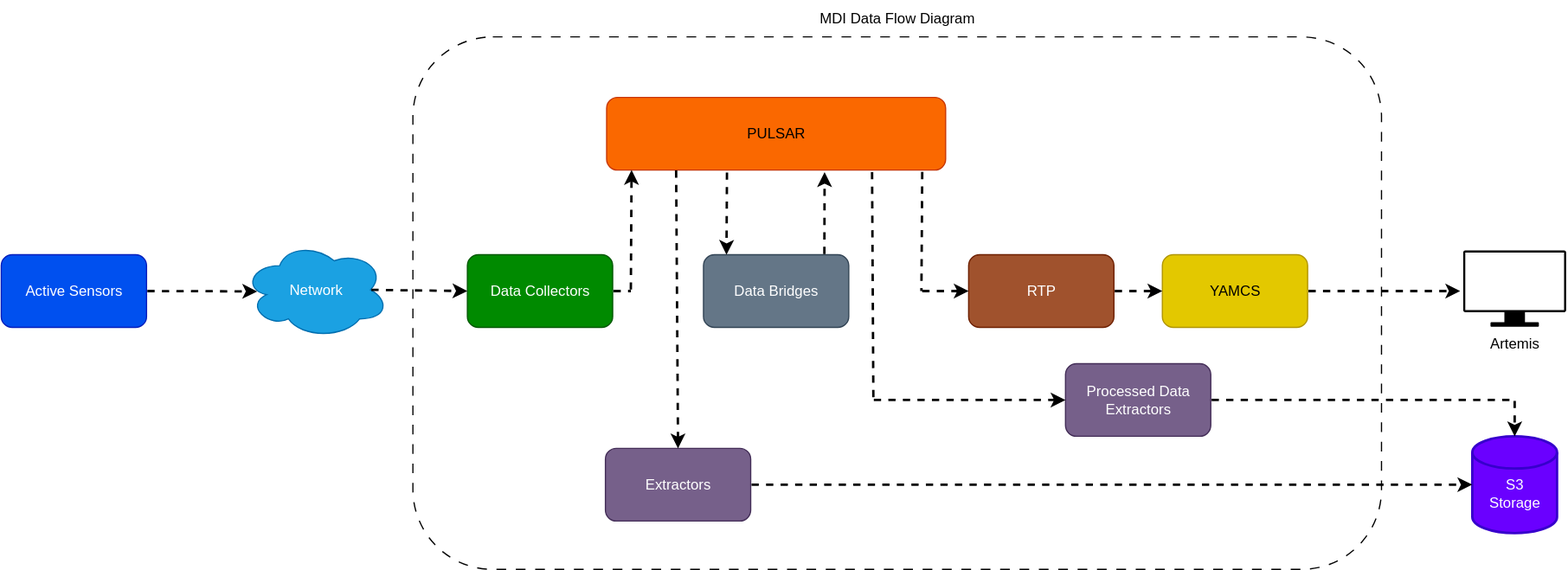
slb2991/Grafana-Test keeps this draw.io diagram as General Health Diagram.drawio.svg. Above is the earlier version. Source tidied: cells renumbered, new cells last; positions are measured from the earlier drawing's top-left corner, leaving out a move shared by most shapes.
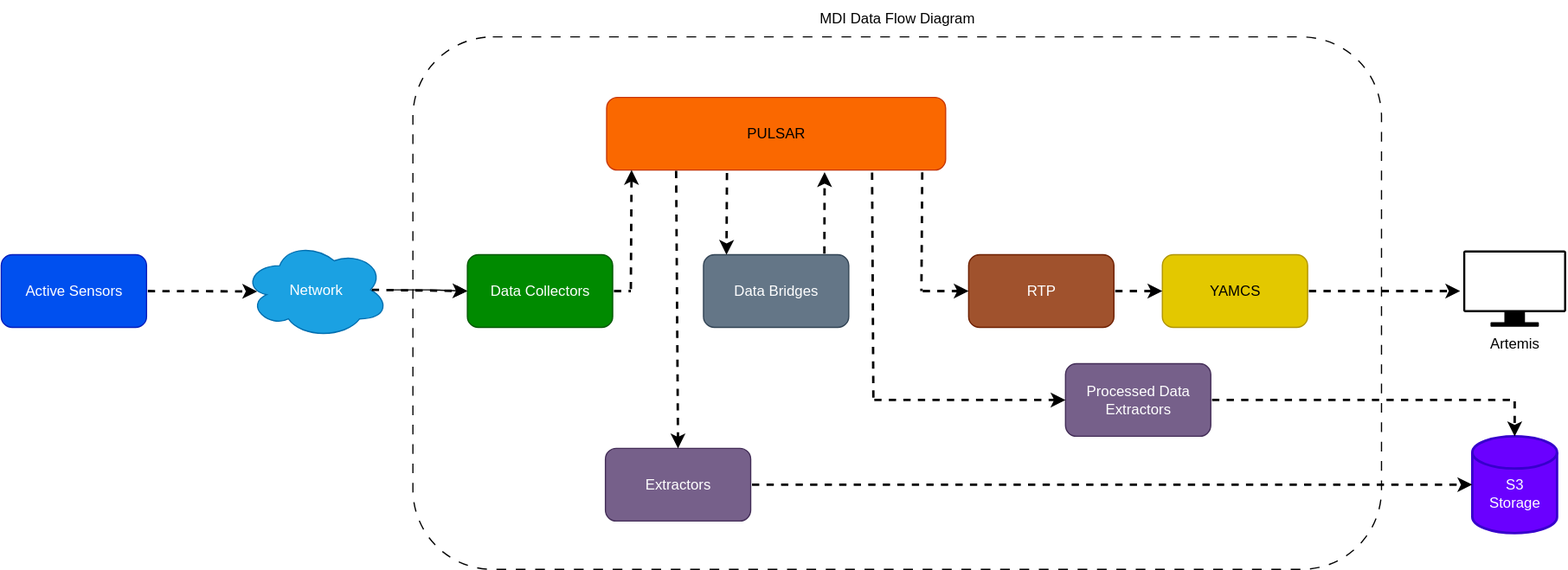
The same file after the commit.

What changed in the source:
```diff
@@ -8,6 +8,9 @@
     <mxCell id="3" value="Active Sensors" style="rounded=1;whiteSpace=wrap;html=1;fillColor=#0050ef;fontColor=#ffffff;strokeColor=#001DBC;" parent="1" vertex="1">
       <mxGeometry y="210" width="120" height="60" as="geometry" />
     </mxCell>
+    <mxCell id="31" style="edgeStyle=orthogonalEdgeStyle;rounded=0;jettySize=auto;html=1;" parent="1" edge="1" source="4" target="7">
+      <mxGeometry relative="1" as="geometry" />
+    </mxCell>
     <mxCell id="4" value="Network" style="ellipse;shape=cloud;whiteSpace=wrap;html=1;fillColor=#1ba1e2;strokeColor=#006EAF;fontColor=#ffffff;" parent="1" vertex="1">
       <mxGeometry x="200" y="199" width="120" height="80" as="geometry" />
     </mxCell>
```
